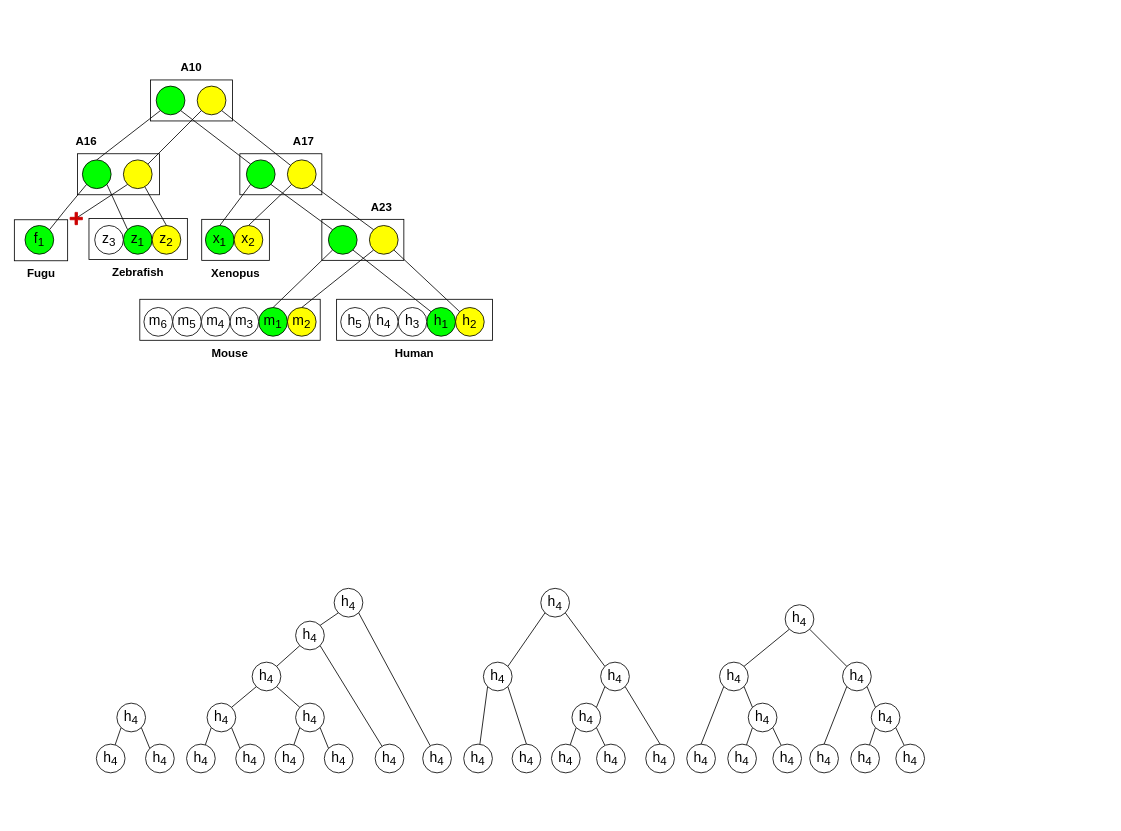
Before: page "Page-3" (3 of 3) of phylogenies.drawio in dondavy/samples_draw.io, a draw.io diagram. Source tidied: cells renumbered, new cells numbered last; positions are measured from the earlier drawing's top-left corner, leaving out a move shared by most shapes. Both pictures are drawn from the tidied source at 82%, with x=0, y=0 at pixel (14, 55).
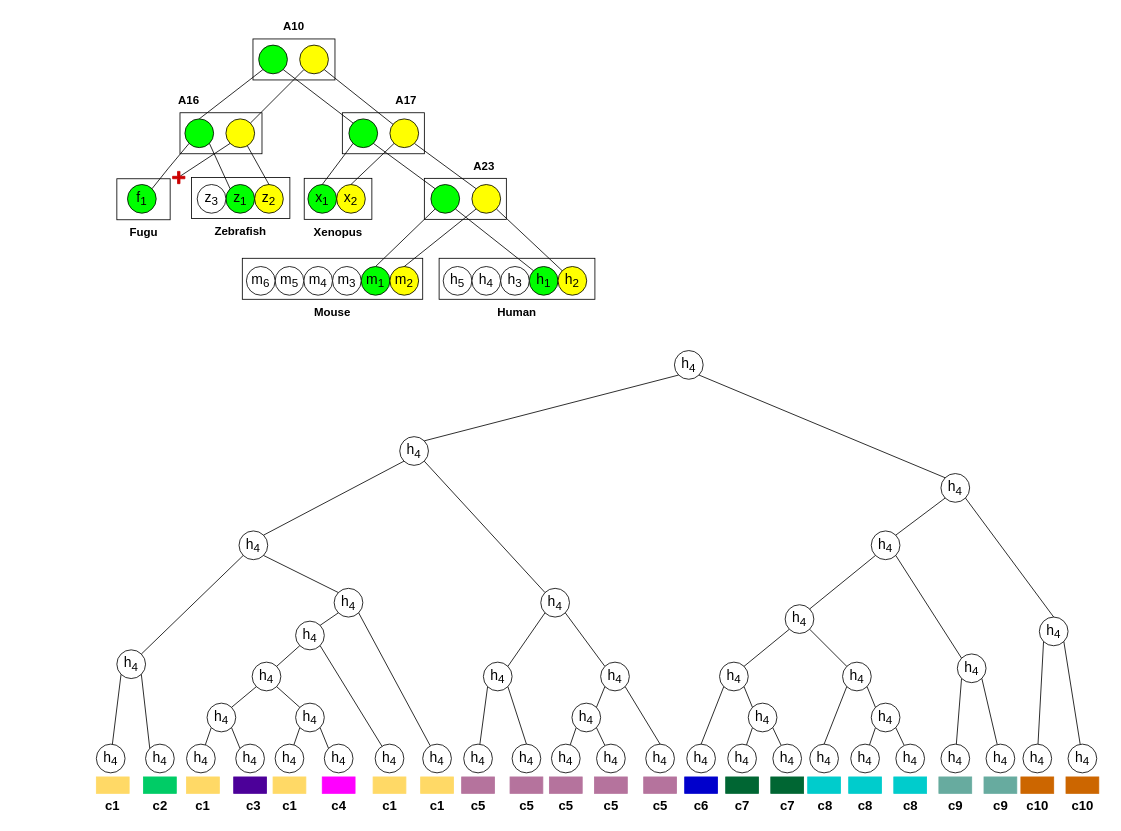
The same page after the edit.

Unchanged cells that the change refers to:
```xml
<mxCell id="84" value="&lt;font style=&quot;font-size: 17px;&quot;&gt;h&lt;sub&gt;4&lt;/sub&gt;&lt;/font&gt;" style="ellipse;whiteSpace=wrap;html=1;" parent="1" vertex="1">
  <mxGeometry x="390" y="650" width="35" height="35" as="geometry" />
</mxCell>
<mxCell id="97" value="&lt;font style=&quot;font-size: 17px;&quot;&gt;h&lt;sub&gt;4&lt;/sub&gt;&lt;/font&gt;" style="ellipse;whiteSpace=wrap;html=1;" parent="1" vertex="1">
  <mxGeometry x="642" y="650" width="35" height="35" as="geometry" />
</mxCell>
<mxCell id="125" value="&lt;font style=&quot;font-size: 17px;&quot;&gt;h&lt;sub&gt;4&lt;/sub&gt;&lt;/font&gt;" style="ellipse;whiteSpace=wrap;html=1;" parent="1" vertex="1">
  <mxGeometry x="940" y="670" width="35" height="35" as="geometry" />
</mxCell>
```

Diff of the diagram source:
```diff
@@
     <mxCell id="2" style="group;" parent="1" vertex="1">
-      <mxGeometry width="583" height="377.5" as="geometry" />
+      <mxGeometry x="125" y="-50" width="583" height="377.5" as="geometry" />
     </mxCell>
@@
     <mxCell id="66" value="&lt;font style=&quot;font-size: 17px;&quot;&gt;h&lt;sub&gt;4&lt;/sub&gt;&lt;/font&gt;" style="ellipse;whiteSpace=wrap;html=1;" parent="1" vertex="1">
-      <mxGeometry x="125" y="790" width="35" height="35" as="geometry" />
+      <mxGeometry x="125" y="725" width="35" height="35" as="geometry" />
     </mxCell>
@@
+    <mxCell id="127" style="endArrow=none;html=1;rounded=0;entryX=0;entryY=1;entryDx=0;entryDy=0;" parent="1" edge="1" source="128" target="129">
+      <mxGeometry relative="1" as="geometry" />
+    </mxCell>
+    <mxCell id="128" value="&lt;font style=&quot;font-size: 17px;&quot;&gt;h&lt;sub&gt;4&lt;/sub&gt;&lt;/font&gt;" style="ellipse;whiteSpace=wrap;html=1;" parent="1" vertex="1">
+      <mxGeometry x="1130" y="840" width="35" height="35" as="geometry" />
+    </mxCell>
+    <mxCell id="129" value="&lt;font style=&quot;font-size: 17px;&quot;&gt;h&lt;sub&gt;4&lt;/sub&gt;&lt;/font&gt;" style="ellipse;whiteSpace=wrap;html=1;" parent="1" vertex="1">
+      <mxGeometry x="1150" y="730" width="35" height="35" as="geometry" />
+    </mxCell>
+    <mxCell id="130" style="endArrow=none;html=1;rounded=0;entryX=1;entryY=1;entryDx=0;entryDy=0;" parent="1" edge="1" source="131" target="129">
+      <mxGeometry relative="1" as="geometry" />
+    </mxCell>
+    <mxCell id="131" value="&lt;font style=&quot;font-size: 17px;&quot;&gt;h&lt;sub&gt;4&lt;/sub&gt;&lt;/font&gt;" style="ellipse;whiteSpace=wrap;html=1;" parent="1" vertex="1">
+      <mxGeometry x="1185" y="840" width="35" height="35" as="geometry" />
+    </mxCell>
+    <mxCell id="132" value="&lt;font style=&quot;font-size: 17px;&quot;&gt;h&lt;sub&gt;4&lt;/sub&gt;&lt;/font&gt;" style="ellipse;whiteSpace=wrap;html=1;" parent="1" vertex="1">
+      <mxGeometry x="1045" y="580" width="35" height="35" as="geometry" />
+    </mxCell>
+    <mxCell id="133" style="endArrow=none;html=1;rounded=0;entryX=0;entryY=1;entryDx=0;entryDy=0;exitX=1;exitY=0;exitDx=0;exitDy=0;" parent="1" edge="1" source="125" target="132">
+      <mxGeometry relative="1" as="geometry" />
+    </mxCell>
+    <mxCell id="134" style="endArrow=none;html=1;rounded=0;entryX=1;entryY=1;entryDx=0;entryDy=0;exitX=0;exitY=0;exitDx=0;exitDy=0;" parent="1" edge="1" source="129" target="132">
+      <mxGeometry relative="1" as="geometry" />
+    </mxCell>
+    <mxCell id="135" style="endArrow=none;html=1;rounded=0;entryX=0;entryY=1;entryDx=0;entryDy=0;" parent="1" edge="1" source="136" target="137">
+      <mxGeometry relative="1" as="geometry" />
+    </mxCell>
+    <mxCell id="136" value="&lt;font style=&quot;font-size: 17px;&quot;&gt;h&lt;sub&gt;4&lt;/sub&gt;&lt;/font&gt;" style="ellipse;whiteSpace=wrap;html=1;" parent="1" vertex="1">
+      <mxGeometry x="1230" y="840" width="35" height="35" as="geometry" />
+    </mxCell>
+    <mxCell id="137" value="&lt;font style=&quot;font-size: 17px;&quot;&gt;h&lt;sub&gt;4&lt;/sub&gt;&lt;/font&gt;" style="ellipse;whiteSpace=wrap;html=1;" parent="1" vertex="1">
+      <mxGeometry x="1250" y="685" width="35" height="35" as="geometry" />
+    </mxCell>
+    <mxCell id="138" style="endArrow=none;html=1;rounded=0;entryX=1;entryY=1;entryDx=0;entryDy=0;" parent="1" edge="1" source="139" target="137">
+      <mxGeometry relative="1" as="geometry" />
+    </mxCell>
+    <mxCell id="139" value="&lt;font style=&quot;font-size: 17px;&quot;&gt;h&lt;sub&gt;4&lt;/sub&gt;&lt;/font&gt;" style="ellipse;whiteSpace=wrap;html=1;" parent="1" vertex="1">
+      <mxGeometry x="1285" y="840" width="35" height="35" as="geometry" />
+    </mxCell>
+    <mxCell id="140" value="&lt;font style=&quot;font-size: 17px;&quot;&gt;h&lt;sub&gt;4&lt;/sub&gt;&lt;/font&gt;" style="ellipse;whiteSpace=wrap;html=1;" parent="1" vertex="1">
+      <mxGeometry x="1130" y="510" width="35" height="35" as="geometry" />
+    </mxCell>
+    <mxCell id="141" style="endArrow=none;html=1;rounded=0;entryX=1;entryY=1;entryDx=0;entryDy=0;exitX=0.5;exitY=0;exitDx=0;exitDy=0;" parent="1" edge="1" source="137" target="140">
+      <mxGeometry relative="1" as="geometry" />
+    </mxCell>
+    <mxCell id="142" style="endArrow=none;html=1;rounded=0;entryX=0;entryY=1;entryDx=0;entryDy=0;exitX=1;exitY=0;exitDx=0;exitDy=0;" parent="1" edge="1" source="132" target="140">
+      <mxGeometry relative="1" as="geometry" />
+    </mxCell>
+    <mxCell id="143" value="&lt;font style=&quot;font-size: 17px;&quot;&gt;h&lt;sub&gt;4&lt;/sub&gt;&lt;/font&gt;" style="ellipse;whiteSpace=wrap;html=1;" parent="1" vertex="1">
+      <mxGeometry x="274" y="580" width="35" height="35" as="geometry" />
+    </mxCell>
+    <mxCell id="144" style="endArrow=none;html=1;rounded=0;entryX=0;entryY=1;entryDx=0;entryDy=0;exitX=1;exitY=0;exitDx=0;exitDy=0;" parent="1" edge="1" source="66" target="143">
+      <mxGeometry relative="1" as="geometry" />
+    </mxCell>
+    <mxCell id="145" style="endArrow=none;html=1;rounded=0;entryX=1;entryY=1;entryDx=0;entryDy=0;exitX=0;exitY=0;exitDx=0;exitDy=0;" parent="1" edge="1" source="84" target="143">
+      <mxGeometry relative="1" as="geometry" />
+    </mxCell>
+    <mxCell id="146" value="&lt;font style=&quot;font-size: 17px;&quot;&gt;h&lt;sub&gt;4&lt;/sub&gt;&lt;/font&gt;" style="ellipse;whiteSpace=wrap;html=1;" parent="1" vertex="1">
+      <mxGeometry x="470" y="465" width="35" height="35" as="geometry" />
+    </mxCell>
+    <mxCell id="147" style="endArrow=none;html=1;rounded=0;exitX=1;exitY=0;exitDx=0;exitDy=0;entryX=0;entryY=1;entryDx=0;entryDy=0;" parent="1" edge="1" source="143" target="146">
+      <mxGeometry relative="1" as="geometry" />
+    </mxCell>
+    <mxCell id="148" style="endArrow=none;html=1;rounded=0;exitX=0;exitY=0;exitDx=0;exitDy=0;entryX=1;entryY=1;entryDx=0;entryDy=0;" parent="1" edge="1" source="97" target="146">
+      <mxGeometry relative="1" as="geometry" />
+    </mxCell>
+    <mxCell id="149" value="&lt;font style=&quot;font-size: 17px;&quot;&gt;h&lt;sub&gt;4&lt;/sub&gt;&lt;/font&gt;" style="ellipse;whiteSpace=wrap;html=1;" parent="1" vertex="1">
+      <mxGeometry x="805" y="360" width="35" height="35" as="geometry" />
+    </mxCell>
+    <mxCell id="150" style="endArrow=none;html=1;rounded=0;exitX=0;exitY=1;exitDx=0;exitDy=0;entryX=1;entryY=0;entryDx=0;entryDy=0;" parent="1" edge="1" source="149" target="146">
+      <mxGeometry relative="1" as="geometry" />
+    </mxCell>
+    <mxCell id="151" style="endArrow=none;html=1;rounded=0;exitX=1;exitY=1;exitDx=0;exitDy=0;entryX=0;entryY=0;entryDx=0;entryDy=0;" parent="1" edge="1" source="149" target="140">
+      <mxGeometry relative="1" as="geometry" />
+    </mxCell>
+    <mxCell id="152" style="rounded=0;whiteSpace=wrap;html=1;fillColor=#FFD966;strokeColor=#FFD966;" parent="1" vertex="1">
+      <mxGeometry x="100" y="880" width="40" height="20" as="geometry" />
+    </mxCell>
+    <mxCell id="153" style="rounded=0;whiteSpace=wrap;html=1;fillColor=#00CC66;strokeColor=#00CC66;" parent="1" vertex="1">
+      <mxGeometry x="157.5" y="880" width="40" height="20" as="geometry" />
+    </mxCell>
+    <mxCell id="154" style="rounded=0;whiteSpace=wrap;html=1;fillColor=#FFD966;strokeColor=#FFD966;" parent="1" vertex="1">
+      <mxGeometry x="210" y="880" width="40" height="20" as="geometry" />
+    </mxCell>
+    <mxCell id="155" style="rounded=0;whiteSpace=wrap;html=1;fillColor=#4C0099;strokeColor=#4C0099;" parent="1" vertex="1">
+      <mxGeometry x="267.5" y="880" width="40" height="20" as="geometry" />
+    </mxCell>
+    <mxCell id="156" style="rounded=0;whiteSpace=wrap;html=1;fillColor=#FFD966;strokeColor=#FFD966;" parent="1" vertex="1">
+      <mxGeometry x="315.5" y="880" width="40" height="20" as="geometry" />
+    </mxCell>
+    <mxCell id="157" style="rounded=0;whiteSpace=wrap;html=1;fillColor=#FF00FF;strokeColor=#FF00FF;" parent="1" vertex="1">
+      <mxGeometry x="375.5" y="880" width="40" height="20" as="geometry" />
+    </mxCell>
+    <mxCell id="158" style="rounded=0;whiteSpace=wrap;html=1;fillColor=#FFD966;strokeColor=#FFD966;" parent="1" vertex="1">
+      <mxGeometry x="437.5" y="880" width="40" height="20" as="geometry" />
+    </mxCell>
+    <mxCell id="159" style="rounded=0;whiteSpace=wrap;html=1;fillColor=#FFD966;strokeColor=#FFD966;" parent="1" vertex="1">
+      <mxGeometry x="495.5" y="880" width="40" height="20" as="geometry" />
+    </mxCell>
+    <mxCell id="160" style="rounded=0;whiteSpace=wrap;html=1;fillColor=#B5739D;strokeColor=#B5739D;" parent="1" vertex="1">
+      <mxGeometry x="545.5" y="880" width="40" height="20" as="geometry" />
+    </mxCell>
+    <mxCell id="161" style="rounded=0;whiteSpace=wrap;html=1;fillColor=#B5739D;strokeColor=#B5739D;" parent="1" vertex="1">
+      <mxGeometry x="604.5" y="880" width="40" height="20" as="geometry" />
+    </mxCell>
+    <mxCell id="162" style="rounded=0;whiteSpace=wrap;html=1;fillColor=#B5739D;strokeColor=#B5739D;" parent="1" vertex="1">
+      <mxGeometry x="652.5" y="880" width="40" height="20" as="geometry" />
+    </mxCell>
+    <mxCell id="163" style="rounded=0;whiteSpace=wrap;html=1;fillColor=#B5739D;strokeColor=#B5739D;" parent="1" vertex="1">
+      <mxGeometry x="707.5" y="880" width="40" height="20" as="geometry" />
+    </mxCell>
+    <mxCell id="164" style="rounded=0;whiteSpace=wrap;html=1;fillColor=#B5739D;strokeColor=#B5739D;" parent="1" vertex="1">
+      <mxGeometry x="767.5" y="880" width="40" height="20" as="geometry" />
+    </mxCell>
+    <mxCell id="165" style="rounded=0;whiteSpace=wrap;html=1;strokeColor=#0000CC;fillColor=#0000CC;" parent="1" vertex="1">
+      <mxGeometry x="817.5" y="880" width="40" height="20" as="geometry" />
+    </mxCell>
+    <mxCell id="166" style="rounded=0;whiteSpace=wrap;html=1;fillColor=#006633;strokeColor=#006633;" parent="1" vertex="1">
+      <mxGeometry x="867.5" y="880" width="40" height="20" as="geometry" />
+    </mxCell>
+    <mxCell id="167" style="rounded=0;whiteSpace=wrap;html=1;fillColor=#006633;strokeColor=#006633;" parent="1" vertex="1">
+      <mxGeometry x="922.5" y="880" width="40" height="20" as="geometry" />
+    </mxCell>
+    <mxCell id="168" style="rounded=0;whiteSpace=wrap;html=1;fillColor=#00CCCC;strokeColor=#00CCCC;" parent="1" vertex="1">
+      <mxGeometry x="967.5" y="880" width="40" height="20" as="geometry" />
+    </mxCell>
+    <mxCell id="169" style="rounded=0;whiteSpace=wrap;html=1;fillColor=#00CCCC;strokeColor=#00CCCC;" parent="1" vertex="1">
+      <mxGeometry x="1017.5" y="880" width="40" height="20" as="geometry" />
+    </mxCell>
+    <mxCell id="170" style="rounded=0;whiteSpace=wrap;html=1;fillColor=#00CCCC;strokeColor=#00CCCC;" parent="1" vertex="1">
+      <mxGeometry x="1072.5" y="880" width="40" height="20" as="geometry" />
+    </mxCell>
+    <mxCell id="171" style="rounded=0;whiteSpace=wrap;html=1;fillColor=#67AB9F;strokeColor=#67AB9F;" parent="1" vertex="1">
+      <mxGeometry x="1127.5" y="880" width="40" height="20" as="geometry" />
+    </mxCell>
+    <mxCell id="172" style="rounded=0;whiteSpace=wrap;html=1;fillColor=#67AB9F;strokeColor=#67AB9F;" parent="1" vertex="1">
+      <mxGeometry x="1182.5" y="880" width="40" height="20" as="geometry" />
+    </mxCell>
+    <mxCell id="173" style="rounded=0;whiteSpace=wrap;html=1;fillColor=#CC6600;strokeColor=#CC6600;" parent="1" vertex="1">
+      <mxGeometry x="1227.5" y="880" width="40" height="20" as="geometry" />
+    </mxCell>
+    <mxCell id="174" style="rounded=0;whiteSpace=wrap;html=1;fillColor=#CC6600;strokeColor=#CC6600;" parent="1" vertex="1">
+      <mxGeometry x="1282.5" y="880" width="40" height="20" as="geometry" />
+    </mxCell>
+    <mxCell id="175" value="&lt;b&gt;&lt;font style=&quot;font-size: 16px;&quot;&gt;c1&lt;/font&gt;&lt;/b&gt;" style="text;html=1;strokeColor=none;fillColor=none;align=center;verticalAlign=middle;whiteSpace=wrap;rounded=0;" parent="1" vertex="1">
+      <mxGeometry x="90" y="900" width="60" height="30" as="geometry" />
+    </mxCell>
+    <mxCell id="176" value="&lt;b&gt;&lt;font style=&quot;font-size: 16px;&quot;&gt;c2&lt;/font&gt;&lt;/b&gt;" style="text;html=1;strokeColor=none;fillColor=none;align=center;verticalAlign=middle;whiteSpace=wrap;rounded=0;" parent="1" vertex="1">
+      <mxGeometry x="147.5" y="900" width="60" height="30" as="geometry" />
+    </mxCell>
+    <mxCell id="177" value="&lt;b&gt;&lt;font style=&quot;font-size: 16px;&quot;&gt;c1&lt;/font&gt;&lt;/b&gt;" style="text;html=1;strokeColor=none;fillColor=none;align=center;verticalAlign=middle;whiteSpace=wrap;rounded=0;" parent="1" vertex="1">
+      <mxGeometry x="200" y="900" width="60" height="30" as="geometry" />
+    </mxCell>
+    <mxCell id="178" value="&lt;b&gt;&lt;font style=&quot;font-size: 16px;&quot;&gt;c3&lt;/font&gt;&lt;/b&gt;" style="text;html=1;strokeColor=none;fillColor=none;align=center;verticalAlign=middle;whiteSpace=wrap;rounded=0;" parent="1" vertex="1">
+      <mxGeometry x="261.5" y="900" width="60" height="30" as="geometry" />
+    </mxCell>
+    <mxCell id="179" value="&lt;b&gt;&lt;font style=&quot;font-size: 16px;&quot;&gt;c1&lt;/font&gt;&lt;/b&gt;" style="text;html=1;strokeColor=none;fillColor=none;align=center;verticalAlign=middle;whiteSpace=wrap;rounded=0;" parent="1" vertex="1">
+      <mxGeometry x="305.5" y="900" width="60" height="30" as="geometry" />
+    </mxCell>
+    <mxCell id="180" value="&lt;b&gt;&lt;font style=&quot;font-size: 16px;&quot;&gt;c4&lt;/font&gt;&lt;/b&gt;" style="text;html=1;strokeColor=none;fillColor=none;align=center;verticalAlign=middle;whiteSpace=wrap;rounded=0;" parent="1" vertex="1">
+      <mxGeometry x="365.5" y="900" width="60" height="30" as="geometry" />
+    </mxCell>
+    <mxCell id="181" value="&lt;b&gt;&lt;font style=&quot;font-size: 16px;&quot;&gt;c1&lt;/font&gt;&lt;/b&gt;" style="text;html=1;strokeColor=none;fillColor=none;align=center;verticalAlign=middle;whiteSpace=wrap;rounded=0;" parent="1" vertex="1">
+      <mxGeometry x="427.5" y="900" width="60" height="30" as="geometry" />
+    </mxCell>
+    <mxCell id="182" value="&lt;b&gt;&lt;font style=&quot;font-size: 16px;&quot;&gt;c1&lt;/font&gt;&lt;/b&gt;" style="text;html=1;strokeColor=none;fillColor=none;align=center;verticalAlign=middle;whiteSpace=wrap;rounded=0;" parent="1" vertex="1">
+      <mxGeometry x="485.5" y="900" width="60" height="30" as="geometry" />
+    </mxCell>
+    <mxCell id="183" value="&lt;b&gt;&lt;font style=&quot;font-size: 16px;&quot;&gt;c5&lt;/font&gt;&lt;/b&gt;" style="text;html=1;strokeColor=none;fillColor=none;align=center;verticalAlign=middle;whiteSpace=wrap;rounded=0;" parent="1" vertex="1">
+      <mxGeometry x="535.5" y="900" width="60" height="30" as="geometry" />
+    </mxCell>
+    <mxCell id="184" value="&lt;b&gt;&lt;font style=&quot;font-size: 16px;&quot;&gt;c5&lt;/font&gt;&lt;/b&gt;" style="text;html=1;strokeColor=none;fillColor=none;align=center;verticalAlign=middle;whiteSpace=wrap;rounded=0;" parent="1" vertex="1">
+      <mxGeometry x="594.5" y="900" width="60" height="30" as="geometry" />
+    </mxCell>
+    <mxCell id="185" value="&lt;b&gt;&lt;font style=&quot;font-size: 16px;&quot;&gt;c5&lt;/font&gt;&lt;/b&gt;" style="text;html=1;strokeColor=none;fillColor=none;align=center;verticalAlign=middle;whiteSpace=wrap;rounded=0;" parent="1" vertex="1">
+      <mxGeometry x="642.5" y="900" width="60" height="30" as="geometry" />
+    </mxCell>
+    <mxCell id="186" value="&lt;b&gt;&lt;font style=&quot;font-size: 16px;&quot;&gt;c5&lt;/font&gt;&lt;/b&gt;" style="text;html=1;strokeColor=none;fillColor=none;align=center;verticalAlign=middle;whiteSpace=wrap;rounded=0;" parent="1" vertex="1">
+      <mxGeometry x="697.5" y="900" width="60" height="30" as="geometry" />
+    </mxCell>
+    <mxCell id="187" value="&lt;b&gt;&lt;font style=&quot;font-size: 16px;&quot;&gt;c5&lt;/font&gt;&lt;/b&gt;" style="text;html=1;strokeColor=none;fillColor=none;align=center;verticalAlign=middle;whiteSpace=wrap;rounded=0;" parent="1" vertex="1">
+      <mxGeometry x="757.5" y="900" width="60" height="30" as="geometry" />
+    </mxCell>
+    <mxCell id="188" value="&lt;b&gt;&lt;font style=&quot;font-size: 16px;&quot;&gt;c6&lt;/font&gt;&lt;/b&gt;" style="text;html=1;strokeColor=none;fillColor=none;align=center;verticalAlign=middle;whiteSpace=wrap;rounded=0;" parent="1" vertex="1">
+      <mxGeometry x="807.5" y="900" width="60" height="30" as="geometry" />
+    </mxCell>
+    <mxCell id="189" value="&lt;b&gt;&lt;font style=&quot;font-size: 16px;&quot;&gt;c7&lt;/font&gt;&lt;/b&gt;" style="text;html=1;strokeColor=none;fillColor=none;align=center;verticalAlign=middle;whiteSpace=wrap;rounded=0;" parent="1" vertex="1">
+      <mxGeometry x="857.5" y="900" width="60" height="30" as="geometry" />
+    </mxCell>
+    <mxCell id="190" value="&lt;b&gt;&lt;font style=&quot;font-size: 16px;&quot;&gt;c7&lt;/font&gt;&lt;/b&gt;" style="text;html=1;strokeColor=none;fillColor=none;align=center;verticalAlign=middle;whiteSpace=wrap;rounded=0;" parent="1" vertex="1">
+      <mxGeometry x="912.5" y="900" width="60" height="30" as="geometry" />
+    </mxCell>
+    <mxCell id="191" value="&lt;b&gt;&lt;font style=&quot;font-size: 16px;&quot;&gt;c8&lt;/font&gt;&lt;/b&gt;" style="text;html=1;strokeColor=none;fillColor=none;align=center;verticalAlign=middle;whiteSpace=wrap;rounded=0;" parent="1" vertex="1">
+      <mxGeometry x="960" y="900" width="57.5" height="30" as="geometry" />
+    </mxCell>
+    <mxCell id="192" value="&lt;b&gt;&lt;font style=&quot;font-size: 16px;&quot;&gt;c8&lt;/font&gt;&lt;/b&gt;" style="text;html=1;strokeColor=none;fillColor=none;align=center;verticalAlign=middle;whiteSpace=wrap;rounded=0;" parent="1" vertex="1">
+      <mxGeometry x="1007.5" y="900" width="60" height="30" as="geometry" />
+    </mxCell>
+    <mxCell id="193" value="&lt;b&gt;&lt;font style=&quot;font-size: 16px;&quot;&gt;c8&lt;/font&gt;&lt;/b&gt;" style="text;html=1;strokeColor=none;fillColor=none;align=center;verticalAlign=middle;whiteSpace=wrap;rounded=0;" parent="1" vertex="1">
+      <mxGeometry x="1062.5" y="900" width="60" height="30" as="geometry" />
+    </mxCell>
+    <mxCell id="194" value="&lt;b&gt;&lt;font style=&quot;font-size: 16px;&quot;&gt;c9&lt;/font&gt;&lt;/b&gt;" style="text;html=1;strokeColor=none;fillColor=none;align=center;verticalAlign=middle;whiteSpace=wrap;rounded=0;" parent="1" vertex="1">
+      <mxGeometry x="1117.5" y="900" width="60" height="30" as="geometry" />
+    </mxCell>
+    <mxCell id="195" value="&lt;b&gt;&lt;font style=&quot;font-size: 16px;&quot;&gt;c9&lt;/font&gt;&lt;/b&gt;" style="text;html=1;strokeColor=none;fillColor=none;align=center;verticalAlign=middle;whiteSpace=wrap;rounded=0;" parent="1" vertex="1">
+      <mxGeometry x="1172.5" y="900" width="60" height="30" as="geometry" />
+    </mxCell>
+    <mxCell id="196" value="&lt;b&gt;&lt;font style=&quot;font-size: 16px;&quot;&gt;c10&lt;/font&gt;&lt;/b&gt;" style="text;html=1;strokeColor=none;fillColor=none;align=center;verticalAlign=middle;whiteSpace=wrap;rounded=0;" parent="1" vertex="1">
+      <mxGeometry x="1217.5" y="900" width="60" height="30" as="geometry" />
+    </mxCell>
+    <mxCell id="197" value="&lt;b&gt;&lt;font style=&quot;font-size: 16px;&quot;&gt;c10&lt;/font&gt;&lt;/b&gt;" style="text;html=1;strokeColor=none;fillColor=none;align=center;verticalAlign=middle;whiteSpace=wrap;rounded=0;" parent="1" vertex="1">
+      <mxGeometry x="1272.5" y="900" width="60" height="30" as="geometry" />
+    </mxCell>
```
